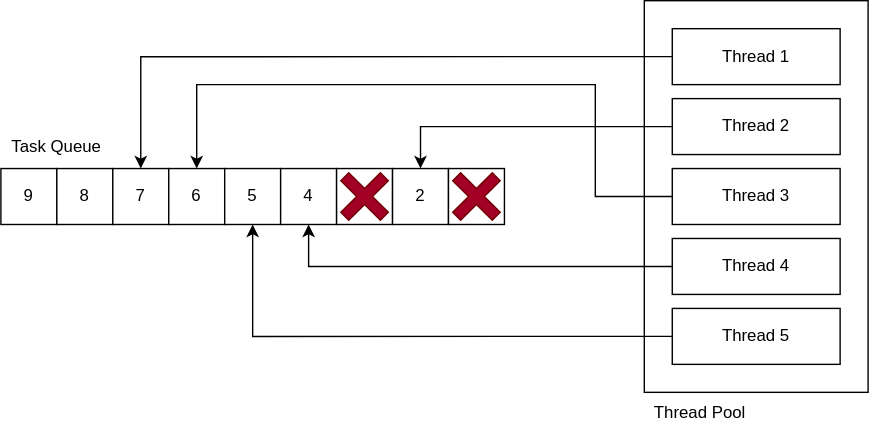
TommasoCosimi/UniMORE_OperatingSystemsDesign_Project keeps this draw.io diagram as Report/images/assets/ThreadPool2.svg. Above is the earlier version. Source tidied: cells renumbered, new cells last; positions are measured from the earlier drawing's top-left corner, leaving out a move shared by most shapes.
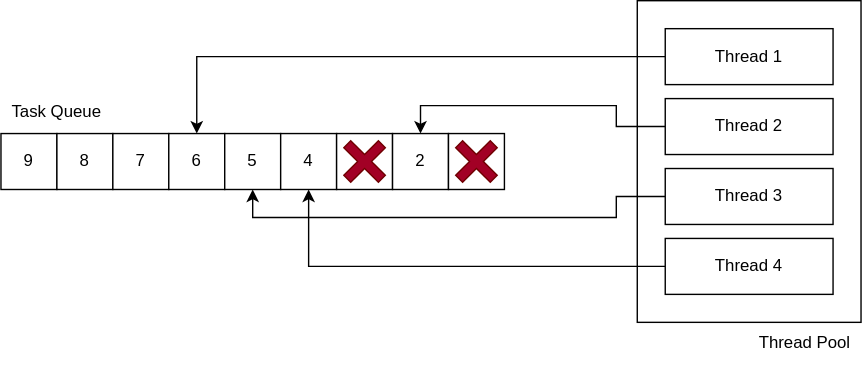
After the commit.

The edit, as a diff of the source:
```diff
@@ -3,44 +3,44 @@
     <mxCell id="0" />
     <mxCell id="1" parent="0" />
     <mxCell id="2" style="rounded=0;whiteSpace=wrap;html=1;" parent="1" vertex="1">
-      <mxGeometry x="460" width="160" height="280" as="geometry" />
+      <mxGeometry x="455" y="25" width="160" height="230" as="geometry" />
     </mxCell>
-    <mxCell id="3" style="edgeStyle=orthogonalEdgeStyle;rounded=0;jettySize=auto;html=1;exitX=0;exitY=0.5;exitDx=0;exitDy=0;entryX=0.5;entryY=0;entryDx=0;entryDy=0;" parent="1" edge="1" source="4" target="15">
-      <mxGeometry relative="1" as="geometry" />
-    </mxCell>
+    <mxCell id="40" style="edgeStyle=orthogonalEdgeStyle;rounded=0;jettySize=auto;html=1;exitX=0;exitY=0.5;exitDx=0;exitDy=0;entryX=0.5;entryY=0;entryDx=0;entryDy=0;" parent="1" edge="1" source="4" target="16">
+      <mxGeometry relative="1" as="geometry" />
+    </mxCell>
     <mxCell id="4" style="rounded=0;whiteSpace=wrap;html=1;" parent="1" vertex="1">
-      <mxGeometry x="480" y="20" width="120" height="40" as="geometry" />
+      <mxGeometry x="475" y="45" width="120" height="40" as="geometry" />
     </mxCell>
     <mxCell id="5" style="edgeStyle=orthogonalEdgeStyle;rounded=0;jettySize=auto;html=1;exitX=0;exitY=0.5;exitDx=0;exitDy=0;entryX=0.5;entryY=0;entryDx=0;entryDy=0;" parent="1" edge="1" source="6" target="20">
-      <mxGeometry relative="1" as="geometry" />
+      <mxGeometry relative="1" as="geometry">
+        <Array as="points">
+          <mxPoint x="440" y="115" />
+          <mxPoint x="440" y="100" />
+          <mxPoint x="300" y="100" />
+        </Array>
+      </mxGeometry>
     </mxCell>
     <mxCell id="6" style="rounded=0;whiteSpace=wrap;html=1;" parent="1" vertex="1">
-      <mxGeometry x="480" y="70" width="120" height="40" as="geometry" />
+      <mxGeometry x="475" y="95" width="120" height="40" as="geometry" />
     </mxCell>
-    <mxCell id="7" style="edgeStyle=orthogonalEdgeStyle;rounded=0;jettySize=auto;html=1;exitX=0;exitY=0.5;exitDx=0;exitDy=0;entryX=0.5;entryY=0;entryDx=0;entryDy=0;" parent="1" edge="1" source="8" target="16">
-      <mxGeometry relative="1" as="geometry">
-        <Array as="points">
-          <mxPoint x="425" y="140" />
-          <mxPoint x="425" y="60" />
-          <mxPoint x="140" y="60" />
-        </Array>
-      </mxGeometry>
-    </mxCell>
+    <mxCell id="41" style="edgeStyle=orthogonalEdgeStyle;rounded=0;jettySize=auto;html=1;exitX=0;exitY=0.5;exitDx=0;exitDy=0;entryX=0.5;entryY=1;entryDx=0;entryDy=0;" parent="1" edge="1" source="8" target="17">
+      <mxGeometry relative="1" as="geometry">
+        <Array as="points">
+          <mxPoint x="440" y="165" />
+          <mxPoint x="440" y="180" />
+          <mxPoint x="180" y="180" />
+        </Array>
+      </mxGeometry>
+    </mxCell>
     <mxCell id="8" style="rounded=0;whiteSpace=wrap;html=1;" parent="1" vertex="1">
-      <mxGeometry x="480" y="120" width="120" height="40" as="geometry" />
+      <mxGeometry x="475" y="145" width="120" height="40" as="geometry" />
     </mxCell>
     <mxCell id="9" style="edgeStyle=orthogonalEdgeStyle;rounded=0;jettySize=auto;html=1;exitX=0;exitY=0.5;exitDx=0;exitDy=0;entryX=0.5;entryY=1;entryDx=0;entryDy=0;" parent="1" edge="1" source="10" target="18">
       <mxGeometry relative="1" as="geometry" />
     </mxCell>
     <mxCell id="10" style="rounded=0;whiteSpace=wrap;html=1;" parent="1" vertex="1">
-      <mxGeometry x="480" y="170" width="120" height="40" as="geometry" />
+      <mxGeometry x="475" y="195" width="120" height="40" as="geometry" />
     </mxCell>
-    <mxCell id="11" style="edgeStyle=orthogonalEdgeStyle;rounded=0;jettySize=auto;html=1;exitX=0;exitY=0.5;exitDx=0;exitDy=0;entryX=0.5;entryY=1;entryDx=0;entryDy=0;" parent="1" edge="1" source="12" target="17">
-      <mxGeometry relative="1" as="geometry" />
-    </mxCell>
-    <mxCell id="12" style="rounded=0;whiteSpace=wrap;html=1;" parent="1" vertex="1">
-      <mxGeometry x="480" y="220" width="120" height="40" as="geometry" />
-    </mxCell>
     <mxCell id="13" style="rounded=0;whiteSpace=wrap;html=1;" parent="1" vertex="1">
       <mxGeometry y="120" width="40" height="40" as="geometry" />
     </mxCell>
@@ -69,20 +69,17 @@
       <mxGeometry x="320" y="120" width="40" height="40" as="geometry" />
     </mxCell>
     <mxCell id="22" value="Thread 1" style="text;html=1;strokeColor=none;fillColor=none;align=center;verticalAlign=middle;whiteSpace=wrap;rounded=0;" parent="1" vertex="1">
-      <mxGeometry x="510" y="25" width="60" height="30" as="geometry" />
+      <mxGeometry x="505" y="50" width="60" height="30" as="geometry" />
     </mxCell>
     <mxCell id="23" value="Thread 2" style="text;html=1;strokeColor=none;fillColor=none;align=center;verticalAlign=middle;whiteSpace=wrap;rounded=0;fontStyle=0;" parent="1" vertex="1">
-      <mxGeometry x="510" y="75" width="60" height="30" as="geometry" />
+      <mxGeometry x="505" y="100" width="60" height="30" as="geometry" />
     </mxCell>
     <mxCell id="24" value="Thread 3" style="text;html=1;strokeColor=none;fillColor=none;align=center;verticalAlign=middle;whiteSpace=wrap;rounded=0;" parent="1" vertex="1">
-      <mxGeometry x="510" y="125" width="60" height="30" as="geometry" />
+      <mxGeometry x="505" y="150" width="60" height="30" as="geometry" />
     </mxCell>
     <mxCell id="25" value="Thread 4" style="text;html=1;strokeColor=none;fillColor=none;align=center;verticalAlign=middle;whiteSpace=wrap;rounded=0;" parent="1" vertex="1">
-      <mxGeometry x="510" y="175" width="60" height="30" as="geometry" />
+      <mxGeometry x="505" y="200" width="60" height="30" as="geometry" />
     </mxCell>
-    <mxCell id="26" value="Thread 5" style="text;html=1;strokeColor=none;fillColor=none;align=center;verticalAlign=middle;whiteSpace=wrap;rounded=0;" parent="1" vertex="1">
-      <mxGeometry x="510" y="225" width="60" height="30" as="geometry" />
-    </mxCell>
     <mxCell id="27" value="Task Queue" style="text;html=1;strokeColor=none;fillColor=none;align=center;verticalAlign=middle;whiteSpace=wrap;rounded=0;" parent="1" vertex="1">
       <mxGeometry y="90" width="80" height="30" as="geometry" />
     </mxCell>
@@ -114,13 +111,13 @@
       <mxGeometry x="330" y="125" width="20" height="30" as="geometry" />
     </mxCell>
     <mxCell id="37" value="Thread Pool" style="text;html=1;strokeColor=none;fillColor=none;align=center;verticalAlign=middle;whiteSpace=wrap;rounded=0;" parent="1" vertex="1">
-      <mxGeometry x="460" y="280" width="80" height="30" as="geometry" />
+      <mxGeometry x="535" y="255" width="80" height="30" as="geometry" />
     </mxCell>
-    <mxCell id="38" style="shape=cross;whiteSpace=wrap;html=1;rotation=45;fillColor=#a20025;fontColor=#ffffff;strokeColor=#6F0000;" parent="1" vertex="1">
-      <mxGeometry x="320" y="120" width="40" height="40" as="geometry" />
-    </mxCell>
-    <mxCell id="39" style="shape=cross;whiteSpace=wrap;html=1;rotation=45;fillColor=#a20025;fontColor=#ffffff;strokeColor=#6F0000;" parent="1" vertex="1">
-      <mxGeometry x="240" y="120" width="40" height="40" as="geometry" />
-    </mxCell>
+    <mxCell id="42" style="shape=cross;whiteSpace=wrap;html=1;fillColor=#a20025;fontColor=#ffffff;strokeColor=#6F0000;rotation=45;" parent="1" vertex="1">
+      <mxGeometry x="322.5" y="122.5" width="35" height="35" as="geometry" />
+    </mxCell>
+    <mxCell id="43" style="shape=cross;whiteSpace=wrap;html=1;fillColor=#a20025;fontColor=#ffffff;strokeColor=#6F0000;rotation=45;" parent="1" vertex="1">
+      <mxGeometry x="242.5" y="122.5" width="35" height="35" as="geometry" />
+    </mxCell>
   </root>
 </mxGraphModel>
```
